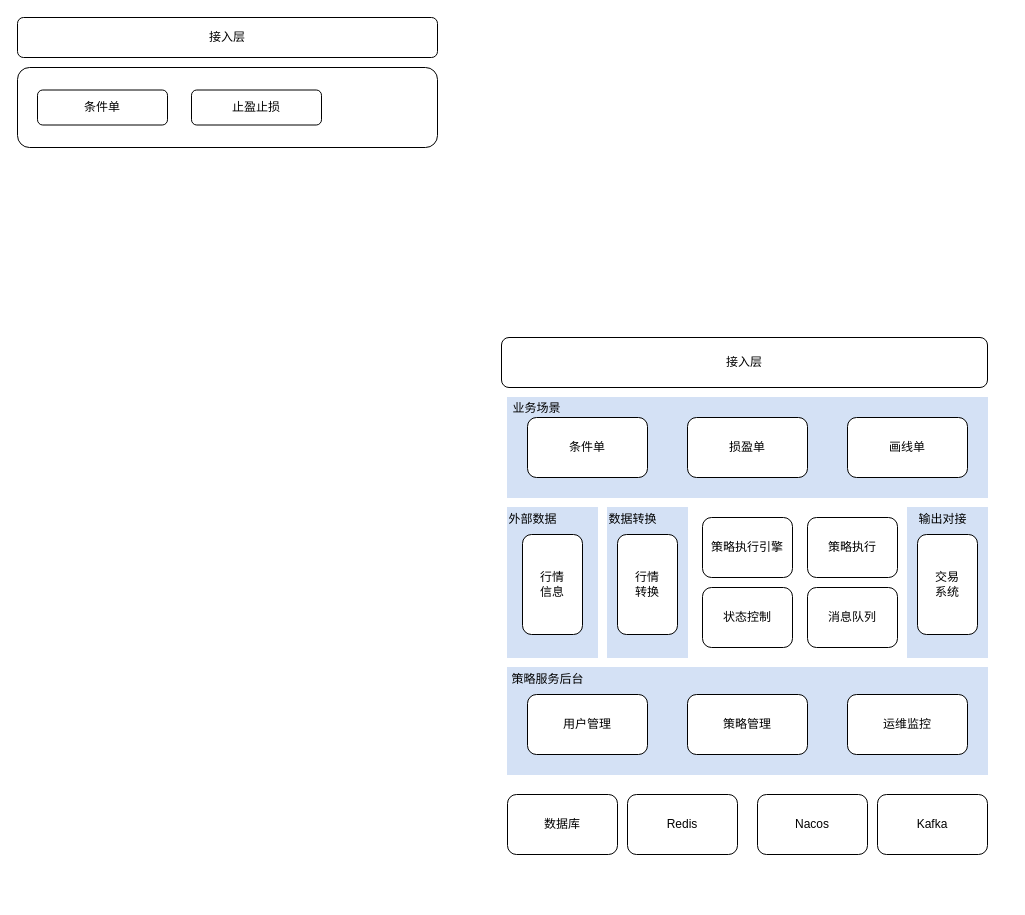
This is 分层.drawio from mltneal/cxzf-linkin, a draw.io file, before an edit. Source tidied: cells renumbered, new cells numbered last; positions are measured from the earlier drawing's top-left corner, leaving out a move shared by most shapes. Both pictures are drawn from the tidied source at 100%, with x=0, y=0 at pixel (17, 17).
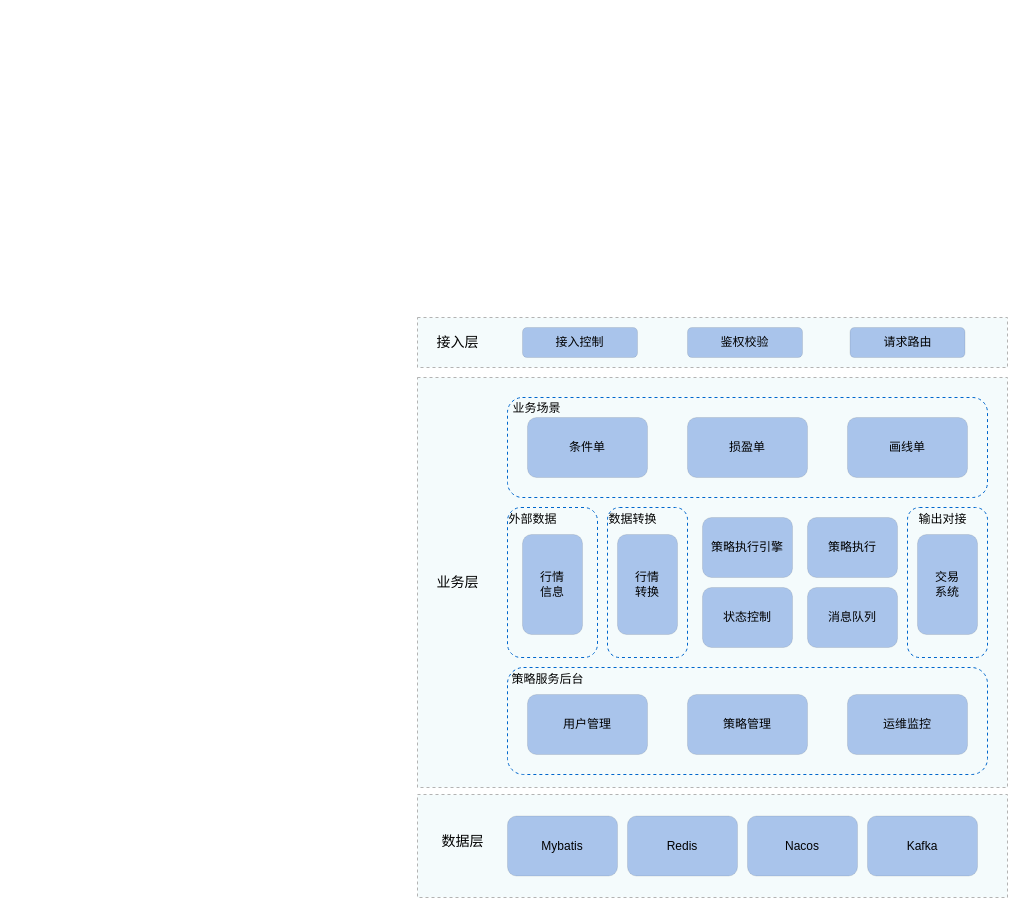
The same diagram, later.

What changed in the source:
```diff
@@
-    <mxCell id="2" value="接入层" style="rounded=1;whiteSpace=wrap;html=1;" parent="1" vertex="1">
-      <mxGeometry width="420" height="40" as="geometry" />
-    </mxCell>
-    <mxCell id="3" style="rounded=1;whiteSpace=wrap;html=1;" parent="1" vertex="1">
-      <mxGeometry y="50" width="420" height="80" as="geometry" />
-    </mxCell>
-    <mxCell id="4" value="条件单" style="rounded=1;whiteSpace=wrap;html=1;" parent="1" vertex="1">
-      <mxGeometry x="20" y="72.5" width="130" height="35" as="geometry" />
-    </mxCell>
-    <mxCell id="5" value="止盈止损" style="rounded=1;whiteSpace=wrap;html=1;" parent="1" vertex="1">
-      <mxGeometry x="174" y="72.5" width="130" height="35" as="geometry" />
-    </mxCell>
+    <mxCell id="34" style="rounded=0;whiteSpace=wrap;html=1;dashed=1;fillColor=#F4FBFC;strokeColor=#B3B3B3;" parent="1" vertex="1">
+      <mxGeometry x="400" y="777" width="590" height="103" as="geometry" />
+    </mxCell>
+    <mxCell id="35" style="rounded=0;whiteSpace=wrap;html=1;dashed=1;fillColor=#F4FBFC;strokeColor=#B3B3B3;" parent="1" vertex="1">
+      <mxGeometry x="400" y="360" width="590" height="410" as="geometry" />
+    </mxCell>
-    <mxCell id="6" style="rounded=0;whiteSpace=wrap;html=1;fillColor=#D4E1F5;strokeColor=#D4E1F5;" parent="1" vertex="1">
+    <mxCell id="6" style="rounded=1;whiteSpace=wrap;html=1;fillColor=none;strokeColor=#0066CC;dashed=1;" parent="1" vertex="1">
       <mxGeometry x="890" y="490" width="80" height="150" as="geometry" />
     </mxCell>
-    <mxCell id="7" style="rounded=0;whiteSpace=wrap;html=1;fillColor=#D4E1F5;strokeColor=#D4E1F5;" parent="1" vertex="1">
+    <mxCell id="7" style="rounded=1;whiteSpace=wrap;html=1;fillColor=none;strokeColor=#0066CC;dashed=1;" parent="1" vertex="1">
       <mxGeometry x="590" y="490" width="80" height="150" as="geometry" />
     </mxCell>
-    <mxCell id="8" style="rounded=0;whiteSpace=wrap;html=1;fillColor=#D4E1F5;strokeColor=#D4E1F5;" parent="1" vertex="1">
+    <mxCell id="8" style="rounded=1;whiteSpace=wrap;html=1;fillColor=none;strokeColor=#0066CC;dashed=1;" parent="1" vertex="1">
       <mxGeometry x="490" y="490" width="90" height="150" as="geometry" />
     </mxCell>
-    <mxCell id="9" style="rounded=0;whiteSpace=wrap;html=1;fillColor=#D4E1F5;strokeColor=#D4E1F5;" parent="1" vertex="1">
+    <mxCell id="9" style="rounded=1;whiteSpace=wrap;html=1;fillColor=none;strokeColor=#0066CC;dashed=1;" parent="1" vertex="1">
       <mxGeometry x="490" y="380" width="480" height="100" as="geometry" />
     </mxCell>
-    <mxCell id="10" style="rounded=0;whiteSpace=wrap;html=1;fillColor=#D4E1F5;strokeColor=#D4E1F5;" parent="1" vertex="1">
+    <mxCell id="10" style="rounded=1;whiteSpace=wrap;html=1;fillColor=none;strokeColor=#0066CC;dashed=1;" parent="1" vertex="1">
       <mxGeometry x="490" y="650" width="480" height="107" as="geometry" />
     </mxCell>
-    <mxCell id="11" value="接入层" style="rounded=1;whiteSpace=wrap;html=1;" parent="1" vertex="1">
-      <mxGeometry x="484" y="320" width="486" height="50" as="geometry" />
+    <mxCell id="11" style="rounded=0;whiteSpace=wrap;html=1;dashed=1;perimeterSpacing=0;fillColor=#F4FBFC;strokeColor=#B3B3B3;" parent="1" vertex="1">
+      <mxGeometry x="400" y="300" width="590" height="50" as="geometry" />
     </mxCell>
-    <mxCell id="12" value="条件单" style="rounded=1;whiteSpace=wrap;html=1;" parent="1" vertex="1">
+    <mxCell id="12" value="条件单" style="rounded=1;whiteSpace=wrap;html=1;fillColor=#A9C4EB;strokeWidth=0;" parent="1" vertex="1">
       <mxGeometry x="510" y="400" width="120" height="60" as="geometry" />
     </mxCell>
-    <mxCell id="13" value="画线单" style="rounded=1;whiteSpace=wrap;html=1;" parent="1" vertex="1">
+    <mxCell id="13" value="画线单" style="rounded=1;whiteSpace=wrap;html=1;fillColor=#A9C4EB;strokeWidth=0;" parent="1" vertex="1">
       <mxGeometry x="830" y="400" width="120" height="60" as="geometry" />
     </mxCell>
-    <mxCell id="14" value="损盈单" style="rounded=1;whiteSpace=wrap;html=1;" parent="1" vertex="1">
+    <mxCell id="14" value="损盈单" style="rounded=1;whiteSpace=wrap;html=1;fillColor=#A9C4EB;strokeWidth=0;" parent="1" vertex="1">
       <mxGeometry x="670" y="400" width="120" height="60" as="geometry" />
     </mxCell>
-    <mxCell id="15" value="行情&lt;br&gt;信息" style="rounded=1;whiteSpace=wrap;html=1;" parent="1" vertex="1">
+    <mxCell id="15" value="行情&lt;br&gt;信息" style="rounded=1;whiteSpace=wrap;html=1;fillColor=#A9C4EB;strokeWidth=0;" parent="1" vertex="1">
       <mxGeometry x="505" y="517" width="60" height="100" as="geometry" />
     </mxCell>
-    <mxCell id="16" value="交易&lt;br&gt;系统" style="rounded=1;whiteSpace=wrap;html=1;" parent="1" vertex="1">
+    <mxCell id="16" value="交易&lt;br&gt;系统" style="rounded=1;whiteSpace=wrap;html=1;fillColor=#A9C4EB;strokeWidth=0;" parent="1" vertex="1">
       <mxGeometry x="900" y="517" width="60" height="100" as="geometry" />
     </mxCell>
-    <mxCell id="17" value="策略执行引擎" style="rounded=1;whiteSpace=wrap;html=1;direction=south;" parent="1" vertex="1">
+    <mxCell id="17" value="策略执行引擎" style="rounded=1;whiteSpace=wrap;html=1;direction=south;fillColor=#A9C4EB;strokeWidth=0;" parent="1" vertex="1">
       <mxGeometry x="685" y="500" width="90" height="60" as="geometry" />
     </mxCell>
-    <mxCell id="18" value="行情&lt;br&gt;转换" style="rounded=1;whiteSpace=wrap;html=1;" parent="1" vertex="1">
+    <mxCell id="18" value="行情&lt;br&gt;转换" style="rounded=1;whiteSpace=wrap;html=1;fillColor=#A9C4EB;strokeWidth=0;" parent="1" vertex="1">
       <mxGeometry x="600" y="517" width="60" height="100" as="geometry" />
     </mxCell>
-    <mxCell id="19" value="策略执行" style="rounded=1;whiteSpace=wrap;html=1;direction=south;" parent="1" vertex="1">
+    <mxCell id="19" value="策略执行" style="rounded=1;whiteSpace=wrap;html=1;direction=south;fillColor=#A9C4EB;strokeWidth=0;" parent="1" vertex="1">
       <mxGeometry x="790" y="500" width="90" height="60" as="geometry" />
     </mxCell>
-    <mxCell id="20" value="消息队列" style="rounded=1;whiteSpace=wrap;html=1;direction=south;" parent="1" vertex="1">
+    <mxCell id="20" value="消息队列" style="rounded=1;whiteSpace=wrap;html=1;direction=south;fillColor=#A9C4EB;strokeWidth=0;" parent="1" vertex="1">
       <mxGeometry x="790" y="570" width="90" height="60" as="geometry" />
     </mxCell>
-    <mxCell id="21" value="状态控制" style="rounded=1;whiteSpace=wrap;html=1;direction=south;" parent="1" vertex="1">
+    <mxCell id="21" value="状态控制" style="rounded=1;whiteSpace=wrap;html=1;direction=south;fillColor=#A9C4EB;strokeWidth=0;" parent="1" vertex="1">
       <mxGeometry x="685" y="570" width="90" height="60" as="geometry" />
     </mxCell>
-    <mxCell id="22" value="用户管理" style="rounded=1;whiteSpace=wrap;html=1;" parent="1" vertex="1">
+    <mxCell id="22" value="用户管理" style="rounded=1;whiteSpace=wrap;html=1;fillColor=#A9C4EB;strokeWidth=0;" parent="1" vertex="1">
       <mxGeometry x="510" y="677" width="120" height="60" as="geometry" />
     </mxCell>
-    <mxCell id="23" value="策略管理" style="rounded=1;whiteSpace=wrap;html=1;" parent="1" vertex="1">
+    <mxCell id="23" value="策略管理" style="rounded=1;whiteSpace=wrap;html=1;fillColor=#A9C4EB;strokeWidth=0;" parent="1" vertex="1">
       <mxGeometry x="670" y="677" width="120" height="60" as="geometry" />
     </mxCell>
-    <mxCell id="24" value="运维监控" style="rounded=1;whiteSpace=wrap;html=1;" parent="1" vertex="1">
+    <mxCell id="24" value="运维监控" style="rounded=1;whiteSpace=wrap;html=1;fillColor=#A9C4EB;strokeWidth=0;" parent="1" vertex="1">
       <mxGeometry x="830" y="677" width="120" height="60" as="geometry" />
     </mxCell>
-    <mxCell id="25" value="数据库" style="rounded=1;whiteSpace=wrap;html=1;" parent="1" vertex="1">
-      <mxGeometry x="490" y="777" width="110" height="60" as="geometry" />
+    <mxCell id="25" value="Mybatis" style="rounded=1;whiteSpace=wrap;html=1;fillColor=#A9C4EB;strokeWidth=0;" parent="1" vertex="1">
+      <mxGeometry x="490" y="798.5" width="110" height="60" as="geometry" />
     </mxCell>
-    <mxCell id="26" value="Redis" style="rounded=1;whiteSpace=wrap;html=1;" parent="1" vertex="1">
-      <mxGeometry x="610" y="777" width="110" height="60" as="geometry" />
+    <mxCell id="26" value="Redis" style="rounded=1;whiteSpace=wrap;html=1;fillColor=#A9C4EB;strokeWidth=0;" parent="1" vertex="1">
+      <mxGeometry x="610" y="798.5" width="110" height="60" as="geometry" />
     </mxCell>
@@
-    <mxCell id="32" value="Kafka" style="rounded=1;whiteSpace=wrap;html=1;" parent="1" vertex="1">
-      <mxGeometry x="860" y="777" width="110" height="60" as="geometry" />
+    <mxCell id="32" value="Kafka" style="rounded=1;whiteSpace=wrap;html=1;fillColor=#A9C4EB;strokeWidth=0;" parent="1" vertex="1">
+      <mxGeometry x="850" y="798.5" width="110" height="60" as="geometry" />
     </mxCell>
-    <mxCell id="33" value="Nacos" style="rounded=1;whiteSpace=wrap;html=1;" parent="1" vertex="1">
-      <mxGeometry x="740" y="777" width="110" height="60" as="geometry" />
+    <mxCell id="33" value="Nacos" style="rounded=1;whiteSpace=wrap;html=1;fillColor=#A9C4EB;strokeWidth=0;" parent="1" vertex="1">
+      <mxGeometry x="730" y="798.5" width="110" height="60" as="geometry" />
     </mxCell>
+    <mxCell id="2" value="&lt;font style=&quot;font-size: 14px;&quot;&gt;接入层&lt;/font&gt;" style="text;html=1;align=center;verticalAlign=middle;strokeColor=none;fillColor=none;strokeWidth=3;" parent="1" vertex="1">
+      <mxGeometry x="405" y="310" width="70" height="30" as="geometry" />
+    </mxCell>
+    <mxCell id="36" value="&lt;font style=&quot;font-size: 14px;&quot;&gt;业务层&lt;/font&gt;" style="text;html=1;align=center;verticalAlign=middle;strokeColor=none;fillColor=none;" parent="1" vertex="1">
+      <mxGeometry x="405" y="550" width="70" height="30" as="geometry" />
+    </mxCell>
+    <mxCell id="37" value="&lt;font style=&quot;font-size: 14px;&quot;&gt;数据层&lt;/font&gt;" style="text;html=1;align=center;verticalAlign=middle;strokeColor=none;fillColor=none;" parent="1" vertex="1">
+      <mxGeometry x="410" y="809" width="70" height="30" as="geometry" />
+    </mxCell>
+    <mxCell id="38" value="接入控制" style="rounded=1;whiteSpace=wrap;html=1;fillColor=#A9C4EB;strokeWidth=0;" parent="1" vertex="1">
+      <mxGeometry x="505" y="310" width="115" height="30" as="geometry" />
+    </mxCell>
+    <mxCell id="39" value="鉴权校验" style="rounded=1;whiteSpace=wrap;html=1;fillColor=#A9C4EB;strokeWidth=0;" parent="1" vertex="1">
+      <mxGeometry x="670" y="310" width="115" height="30" as="geometry" />
+    </mxCell>
+    <mxCell id="40" value="请求路由" style="rounded=1;whiteSpace=wrap;html=1;fillColor=#A9C4EB;strokeWidth=0;" parent="1" vertex="1">
+      <mxGeometry x="832.5" y="310" width="115" height="30" as="geometry" />
+    </mxCell>
```
